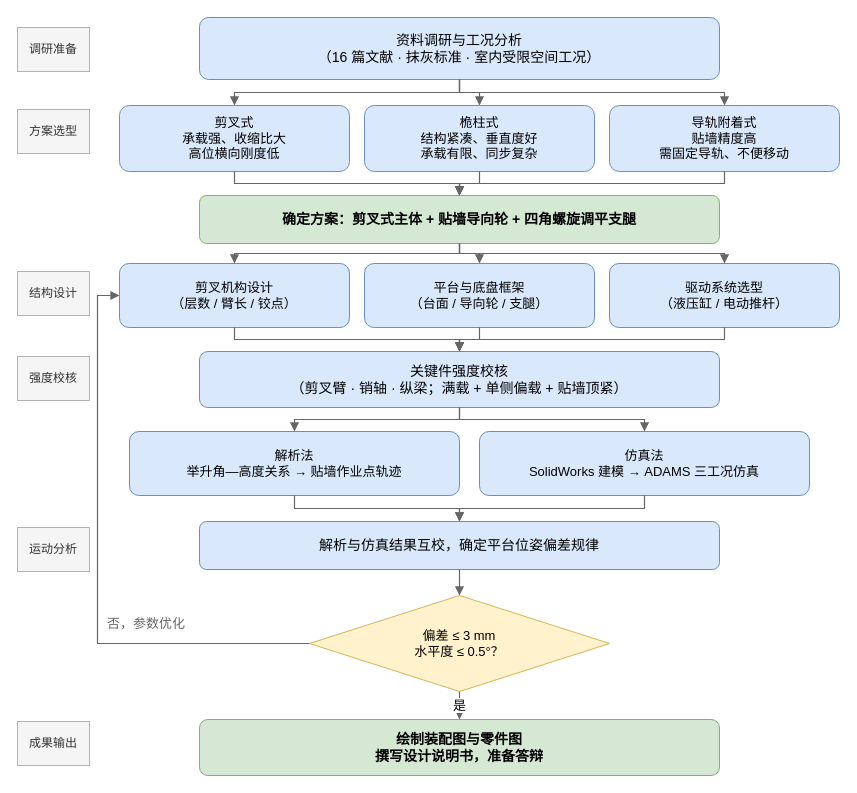
The draw.io diagram assets/技术路线图.drawio in fanTx778/-, before the edit. Source tidied: cells renumbered, new cells numbered last; positions are measured from the earlier drawing's top-left corner, leaving out a move shared by most shapes. Both pictures are drawn from the tidied source at 100%, with x=0, y=0 at pixel (17, 17).
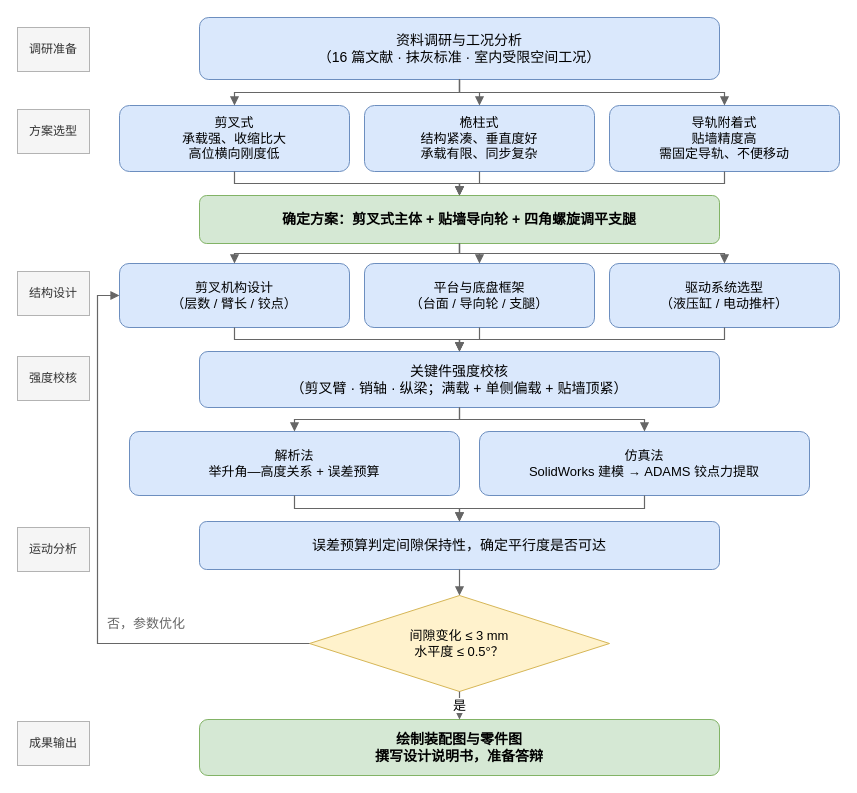
Above is the later version.

The edit, as a diff of the source:
```diff
@@
-    <mxCell id="17" value="解析法&#10;举升角—高度关系 → 贴墙作业点轨迹" style="rounded=1;whiteSpace=wrap;html=1;fillColor=#DAE8FC;strokeColor=#6C8EBF;fontFamily=SimSun;fontSize=13;" parent="1" vertex="1">
+    <mxCell id="17" value="解析法&#10;举升角—高度关系 + 误差预算" style="rounded=1;whiteSpace=wrap;html=1;fillColor=#DAE8FC;strokeColor=#6C8EBF;fontFamily=SimSun;fontSize=13;" parent="1" vertex="1">
       <mxGeometry x="112" y="414" width="330" height="64" as="geometry" />
     </mxCell>
-    <mxCell id="18" value="仿真法&#10;SolidWorks 建模 → ADAMS 三工况仿真" style="rounded=1;whiteSpace=wrap;html=1;fillColor=#DAE8FC;strokeColor=#6C8EBF;fontFamily=SimSun;fontSize=13;" parent="1" vertex="1">
+    <mxCell id="18" value="仿真法&#10;SolidWorks 建模 → ADAMS 铰点力提取" style="rounded=1;whiteSpace=wrap;html=1;fillColor=#DAE8FC;strokeColor=#6C8EBF;fontFamily=SimSun;fontSize=13;" parent="1" vertex="1">
       <mxGeometry x="462" y="414" width="330" height="64" as="geometry" />
     </mxCell>
-    <mxCell id="19" value="解析与仿真结果互校，确定平台位姿偏差规律" style="rounded=1;whiteSpace=wrap;html=1;fillColor=#DAE8FC;strokeColor=#6C8EBF;fontFamily=SimSun;fontSize=14;" parent="1" vertex="1">
+    <mxCell id="19" value="误差预算判定间隙保持性，确定平行度是否可达" style="rounded=1;whiteSpace=wrap;html=1;fillColor=#DAE8FC;strokeColor=#6C8EBF;fontFamily=SimSun;fontSize=14;" parent="1" vertex="1">
       <mxGeometry x="182" y="504" width="520" height="48" as="geometry" />
     </mxCell>
-    <mxCell id="20" value="偏差 ≤ 3 mm&#10;水平度 ≤ 0.5°？" style="rhombus;whiteSpace=wrap;html=1;fillColor=#FFF2CC;strokeColor=#D6B656;fontFamily=SimSun;fontSize=13;" parent="1" vertex="1">
+    <mxCell id="20" value="间隙变化 ≤ 3 mm&#10;水平度 ≤ 0.5°？" style="rhombus;whiteSpace=wrap;html=1;fillColor=#FFF2CC;strokeColor=#D6B656;fontFamily=SimSun;fontSize=13;" parent="1" vertex="1">
       <mxGeometry x="292" y="578" width="300" height="96" as="geometry" />
     </mxCell>
```
